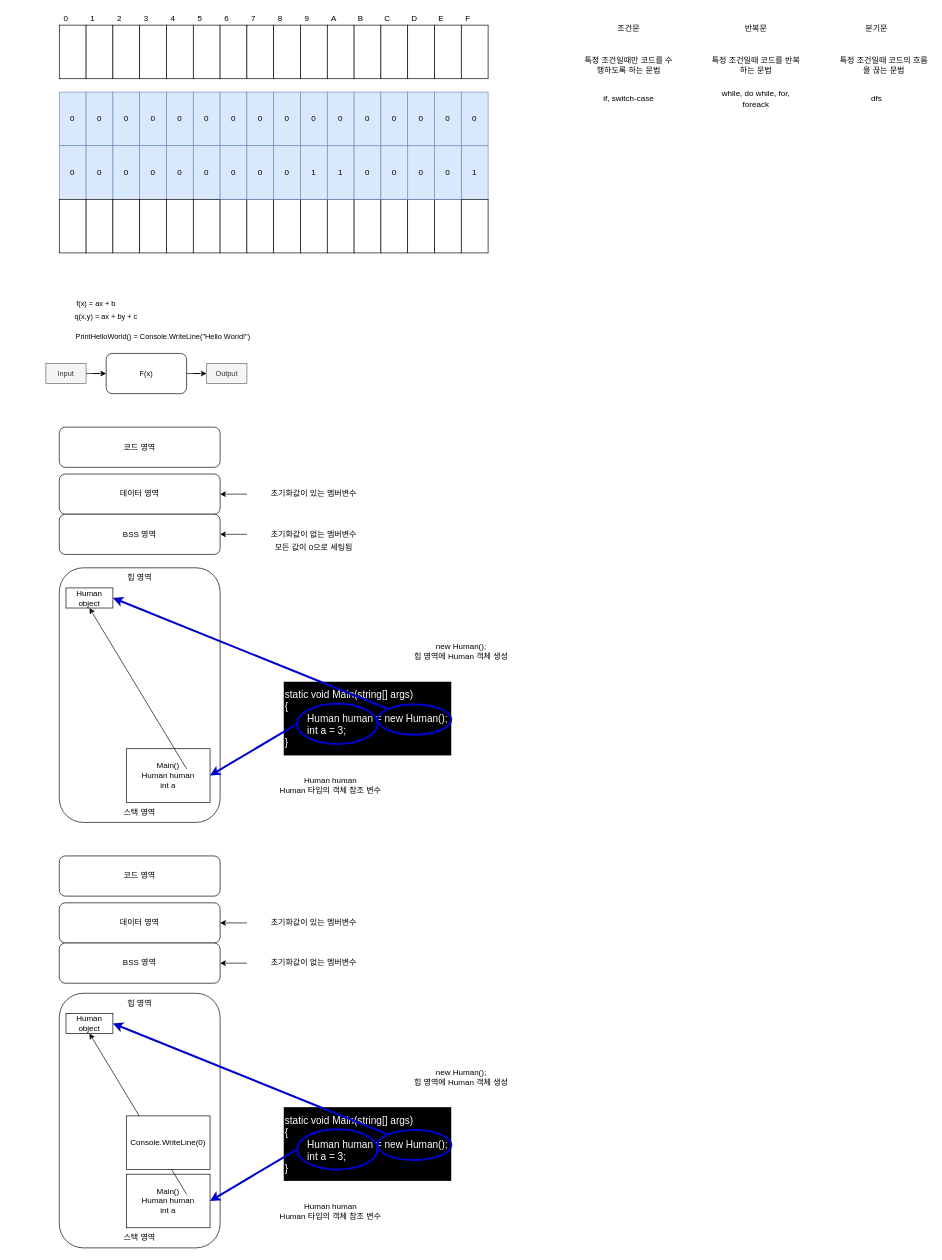
Above: CSharp/CSharp/CSharpBasic.drawio in koseyun/UnityEngineBasic_Nowon_1800_2000 (draw.io), before the change. Source tidied: cells renumbered, new cells numbered last; positions are measured from the earlier drawing's top-left corner, leaving out a move shared by most shapes. Both pictures are drawn from the tidied source at 67%, with x=0, y=0 at pixel (46, 11).
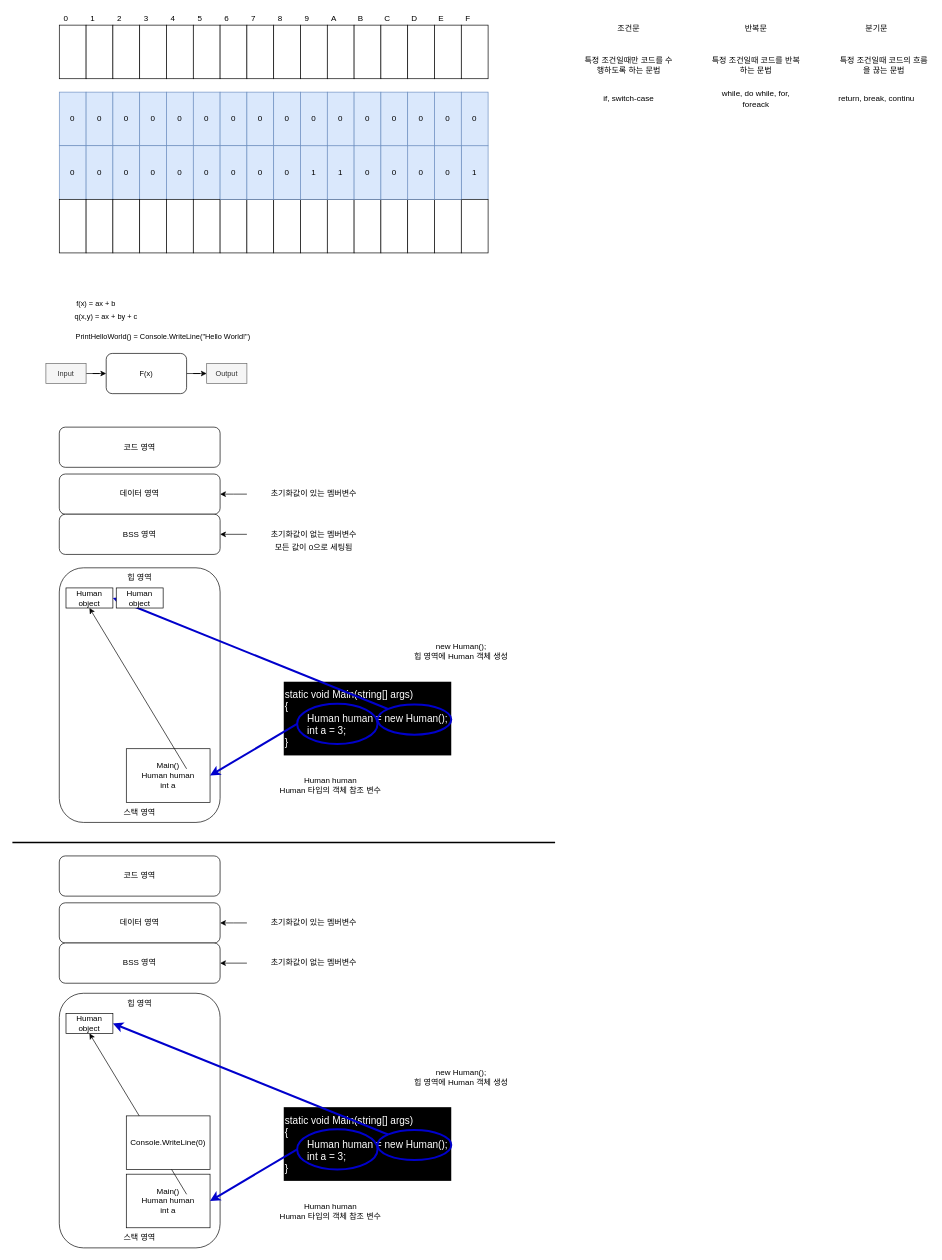
The same diagram, later.

Commit message (it also covers changes not shown here):
CSharp - this, static, if, switch-case, operators

Change to the diagram source:
```diff
@@
-    <mxCell id="101" value="Human&lt;br&gt;object" style="text;html=1;align=center;verticalAlign=middle;whiteSpace=wrap;rounded=0;strokeColor=default;" parent="1" vertex="1">
+    <mxCell id="101" value="Human&lt;br&gt;object" style="text;html=1;align=center;verticalAlign=middle;whiteSpace=wrap;rounded=0;strokeColor=default;fillColor=default;" parent="1" vertex="1">
       <mxGeometry x="30" y="860" width="70" height="30" as="geometry" />
     </mxCell>
@@
-    <mxCell id="140" value="dfs" style="text;html=1;strokeColor=none;fillColor=none;align=center;verticalAlign=middle;whiteSpace=wrap;rounded=0;" parent="1" vertex="1">
+    <mxCell id="140" value="return, break, continu" style="text;html=1;strokeColor=none;fillColor=none;align=center;verticalAlign=middle;whiteSpace=wrap;rounded=0;" parent="1" vertex="1">
       <mxGeometry x="1170" y="100" width="140" height="60" as="geometry" />
     </mxCell>
+    <mxCell id="141" style="endArrow=none;html=1;rounded=0;strokeWidth=2;" parent="1" edge="1">
+      <mxGeometry relative="1" as="geometry">
+        <mxPoint x="-50" y="1240" as="sourcePoint" />
+        <mxPoint x="760" y="1240" as="targetPoint" />
+      </mxGeometry>
+    </mxCell>
+    <mxCell id="142" value="Human&lt;br&gt;object" style="text;html=1;align=center;verticalAlign=middle;whiteSpace=wrap;rounded=0;strokeColor=default;fillColor=default;" parent="1" vertex="1">
+      <mxGeometry x="105" y="860" width="70" height="30" as="geometry" />
+    </mxCell>
```
